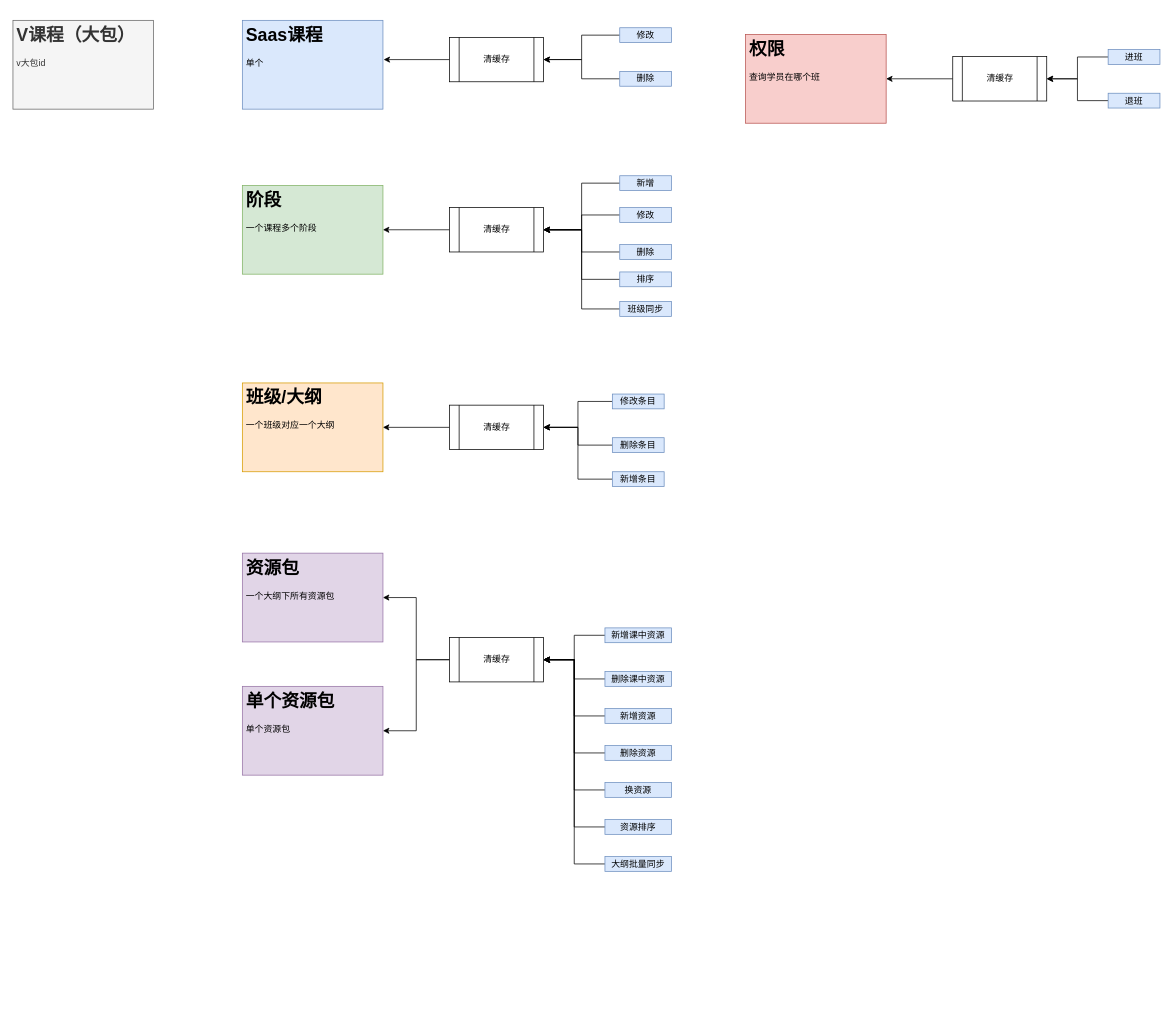
The draw.io diagram Untitled Diagram.drawio in haiyanqi/frontTechnology_BaiDu_Yan, before the edit. Source tidied: cells renumbered, new cells numbered last; positions are measured from the earlier drawing's top-left corner, leaving out a move shared by most shapes. Both pictures are drawn from the tidied source at 74%, with x=0, y=0 at pixel (13, 20).
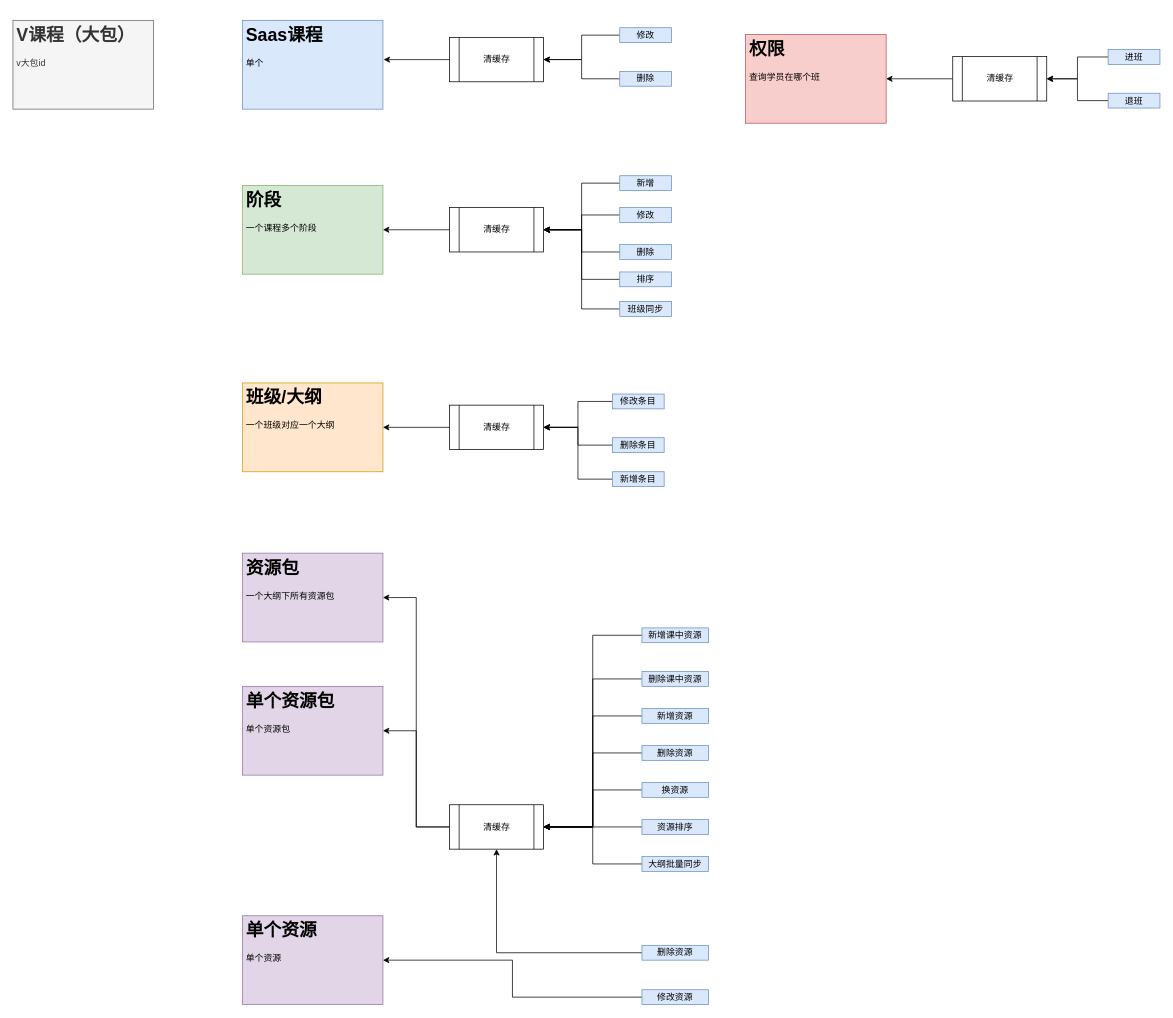
The same diagram, later.

What changed in the source:
```diff
@@
     <mxCell id="35" value="&lt;span&gt;清缓存&lt;/span&gt;" style="shape=process;whiteSpace=wrap;html=1;backgroundOutline=1;" parent="1" vertex="1">
-      <mxGeometry x="590" y="834" width="127" height="60" as="geometry" />
+      <mxGeometry x="590" y="1060" width="127" height="60" as="geometry" />
     </mxCell>
@@
     <mxCell id="37" value="新增课中资源" style="text;html=1;strokeColor=#6c8ebf;fillColor=#dae8fc;align=center;verticalAlign=middle;whiteSpace=wrap;rounded=0;" parent="1" vertex="1">
-      <mxGeometry x="800" y="821" width="90" height="20" as="geometry" />
+      <mxGeometry x="850" y="821" width="90" height="20" as="geometry" />
     </mxCell>
@@
     <mxCell id="39" value="删除课中资源" style="text;html=1;strokeColor=#6c8ebf;fillColor=#dae8fc;align=center;verticalAlign=middle;whiteSpace=wrap;rounded=0;" parent="1" vertex="1">
-      <mxGeometry x="800" y="880" width="90" height="20" as="geometry" />
+      <mxGeometry x="850" y="880" width="90" height="20" as="geometry" />
     </mxCell>
@@
     <mxCell id="41" value="新增资源" style="text;html=1;strokeColor=#6c8ebf;fillColor=#dae8fc;align=center;verticalAlign=middle;whiteSpace=wrap;rounded=0;" parent="1" vertex="1">
-      <mxGeometry x="800" y="930" width="90" height="20" as="geometry" />
+      <mxGeometry x="850" y="930" width="90" height="20" as="geometry" />
     </mxCell>
@@
     <mxCell id="43" value="删除资源" style="text;html=1;strokeColor=#6c8ebf;fillColor=#dae8fc;align=center;verticalAlign=middle;whiteSpace=wrap;rounded=0;" parent="1" vertex="1">
-      <mxGeometry x="800" y="980" width="90" height="20" as="geometry" />
+      <mxGeometry x="850" y="980" width="90" height="20" as="geometry" />
     </mxCell>
@@
     <mxCell id="45" value="换资源" style="text;html=1;strokeColor=#6c8ebf;fillColor=#dae8fc;align=center;verticalAlign=middle;whiteSpace=wrap;rounded=0;" parent="1" vertex="1">
-      <mxGeometry x="800" y="1030" width="90" height="20" as="geometry" />
+      <mxGeometry x="850" y="1030" width="90" height="20" as="geometry" />
     </mxCell>
@@
     <mxCell id="47" value="资源排序" style="text;html=1;strokeColor=#6c8ebf;fillColor=#dae8fc;align=center;verticalAlign=middle;whiteSpace=wrap;rounded=0;" parent="1" vertex="1">
-      <mxGeometry x="800" y="1080" width="90" height="20" as="geometry" />
+      <mxGeometry x="850" y="1080" width="90" height="20" as="geometry" />
     </mxCell>
@@
     <mxCell id="57" value="大纲批量同步" style="text;html=1;strokeColor=#6c8ebf;fillColor=#dae8fc;align=center;verticalAlign=middle;whiteSpace=wrap;rounded=0;" parent="1" vertex="1">
-      <mxGeometry x="800" y="1130" width="90" height="20" as="geometry" />
+      <mxGeometry x="850" y="1130" width="90" height="20" as="geometry" />
     </mxCell>
+    <mxCell id="58" value="&lt;h1&gt;单个资源&lt;/h1&gt;&lt;p&gt;单个资源&lt;/p&gt;" style="text;html=1;strokeColor=#9673a6;fillColor=#e1d5e7;spacing=5;spacingTop=-20;whiteSpace=wrap;overflow=hidden;rounded=0;" parent="1" vertex="1">
+      <mxGeometry x="310" y="1210" width="190" height="120" as="geometry" />
+    </mxCell>
+    <mxCell id="59" style="edgeStyle=orthogonalEdgeStyle;rounded=0;jettySize=auto;html=1;entryX=0.5;entryY=1;entryDx=0;entryDy=0;" parent="1" edge="1" source="60" target="35">
+      <mxGeometry relative="1" as="geometry" />
+    </mxCell>
+    <mxCell id="60" value="删除资源" style="text;html=1;strokeColor=#6c8ebf;fillColor=#dae8fc;align=center;verticalAlign=middle;whiteSpace=wrap;rounded=0;" parent="1" vertex="1">
+      <mxGeometry x="850" y="1250" width="90" height="20" as="geometry" />
+    </mxCell>
+    <mxCell id="61" style="edgeStyle=orthogonalEdgeStyle;rounded=0;jettySize=auto;html=1;" parent="1" edge="1" source="62" target="58">
+      <mxGeometry relative="1" as="geometry" />
+    </mxCell>
+    <mxCell id="62" value="修改资源" style="text;html=1;strokeColor=#6c8ebf;fillColor=#dae8fc;align=center;verticalAlign=middle;whiteSpace=wrap;rounded=0;" parent="1" vertex="1">
+      <mxGeometry x="850" y="1310" width="90" height="20" as="geometry" />
+    </mxCell>
```
